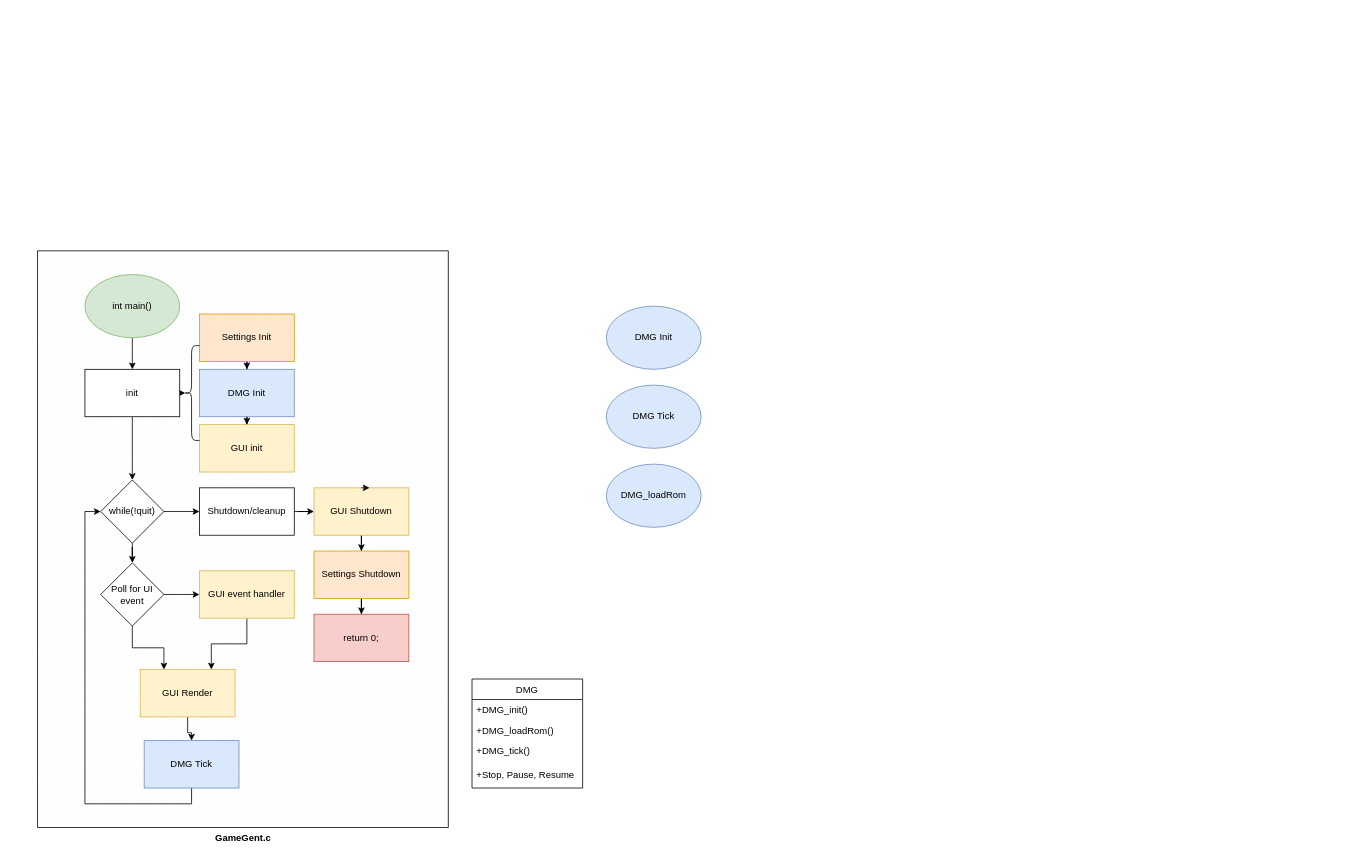
Before: gameGent diagram.drawio in hiddenkrypt/GameGent, a draw.io diagram. Source tidied: cells renumbered, new cells numbered last; positions are measured from the earlier drawing's top-left corner, leaving out a move shared by most shapes. Both pictures are drawn from the tidied source at 79%, with x=0, y=0 at pixel (37, 250).
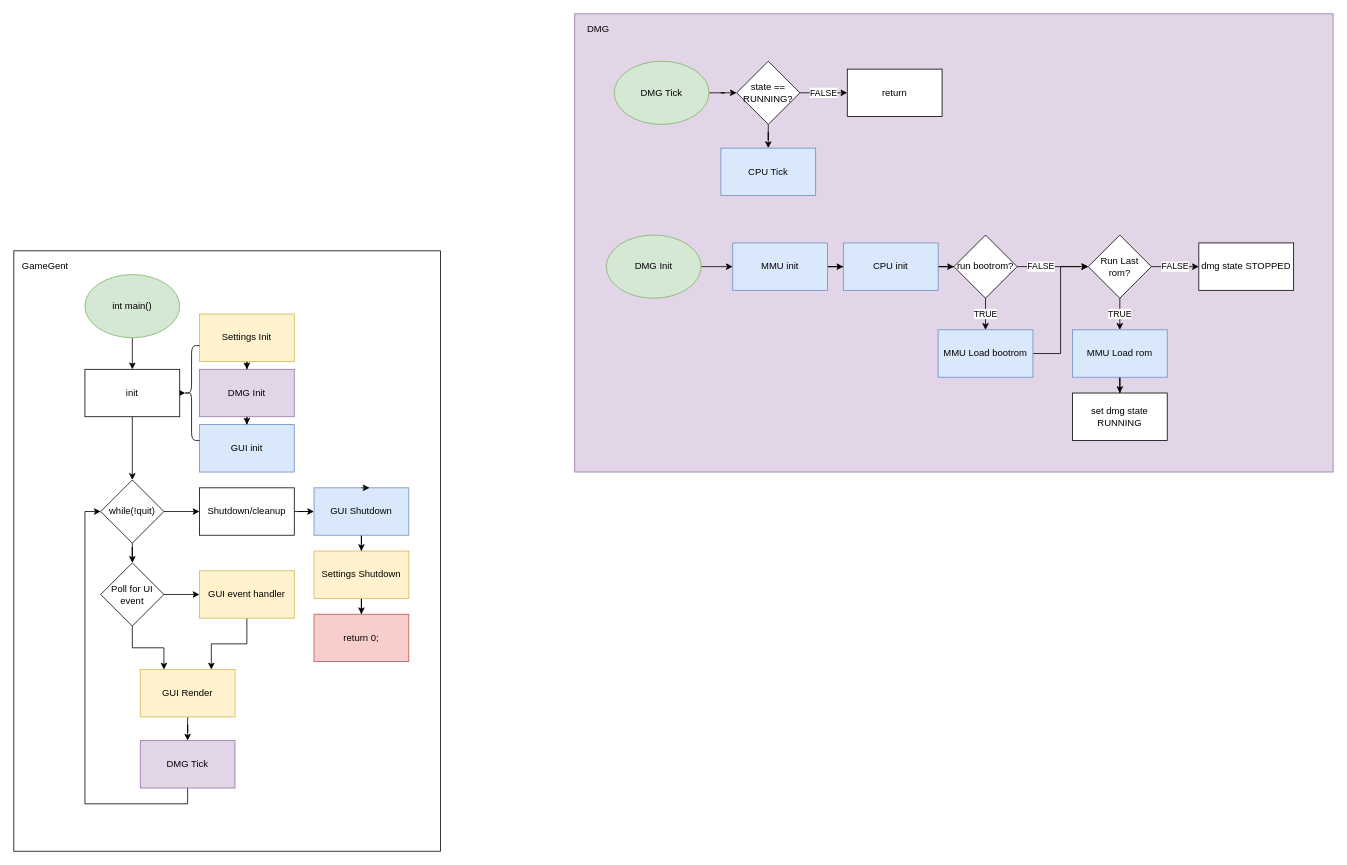
Above is the later version.

Commit message:
Diagram work continues. Fleshed out DMG module, and some cleanup

What changed in the source:
```diff
@@
+    <mxCell id="42" parent="0" />
+    <mxCell id="43" style="rounded=0;whiteSpace=wrap;html=1;" parent="42" vertex="1">
+      <mxGeometry x="-30" width="540" height="760" as="geometry" />
+    </mxCell>
+    <mxCell id="44" style="rounded=0;whiteSpace=wrap;html=1;fillColor=#e1d5e7;strokeColor=#9673a6;align=left;" parent="42" vertex="1">
+      <mxGeometry x="680" y="-300" width="960" height="580" as="geometry" />
+    </mxCell>
+    <mxCell id="36" value="DMG" style="text;html=1;strokeColor=none;fillColor=none;align=center;verticalAlign=middle;whiteSpace=wrap;rounded=0;" parent="42" vertex="1">
+      <mxGeometry x="690" y="-290" width="40" height="20" as="geometry" />
+    </mxCell>
+    <mxCell id="45" value="GameGent" style="text;html=1;strokeColor=none;fillColor=none;align=center;verticalAlign=middle;whiteSpace=wrap;rounded=0;" parent="42" vertex="1">
+      <mxGeometry x="-10" y="10" width="40" height="20" as="geometry" />
+    </mxCell>
@@
-    <mxCell id="2" value="&lt;b&gt;GameGent.c&lt;/b&gt;" style="verticalLabelPosition=bottom;verticalAlign=top;html=1;shape=mxgraph.basic.patternFillRect;fillStyle=diag;step=5;fillStrokeWidth=0.2;fillStrokeColor=#dddddd;" parent="1" vertex="1">
-      <mxGeometry width="520" height="730" as="geometry" />
-    </mxCell>
@@
-    <mxCell id="16" value="DMG Tick" style="rounded=0;whiteSpace=wrap;html=1;fillColor=#dae8fc;strokeColor=#6c8ebf;" parent="1" vertex="1">
-      <mxGeometry x="135" y="620" width="120" height="60" as="geometry" />
+    <mxCell id="16" value="DMG Tick" style="rounded=0;whiteSpace=wrap;html=1;fillColor=#e1d5e7;strokeColor=#9673a6;" parent="1" vertex="1">
+      <mxGeometry x="130" y="620" width="120" height="60" as="geometry" />
     </mxCell>
@@
-    <mxCell id="21" value="Settings Init" style="rounded=0;whiteSpace=wrap;html=1;fillColor=#ffe6cc;strokeColor=#d79b00;" parent="1" vertex="1">
+    <mxCell id="21" value="Settings Init" style="rounded=0;whiteSpace=wrap;html=1;fillColor=#fff2cc;strokeColor=#d6b656;" parent="1" vertex="1">
       <mxGeometry x="205" y="80" width="120" height="60" as="geometry" />
     </mxCell>
@@
-    <mxCell id="23" value="DMG Init" style="rounded=0;whiteSpace=wrap;html=1;fillColor=#dae8fc;strokeColor=#6c8ebf;" parent="1" vertex="1">
+    <mxCell id="23" value="DMG Init" style="rounded=0;whiteSpace=wrap;html=1;fillColor=#e1d5e7;strokeColor=#9673a6;" parent="1" vertex="1">
       <mxGeometry x="205" y="150" width="120" height="60" as="geometry" />
     </mxCell>
-    <mxCell id="24" value="GUI init" style="whiteSpace=wrap;html=1;rounded=0;fillColor=#fff2cc;strokeColor=#d6b656;" parent="1" vertex="1">
+    <mxCell id="24" value="GUI init" style="whiteSpace=wrap;html=1;rounded=0;fillColor=#dae8fc;strokeColor=#6c8ebf;" parent="1" vertex="1">
       <mxGeometry x="205" y="220" width="120" height="60" as="geometry" />
     </mxCell>
@@
-    <mxCell id="28" value="GUI Shutdown" style="whiteSpace=wrap;html=1;fillColor=#fff2cc;strokeColor=#d6b656;" parent="1" vertex="1">
+    <mxCell id="28" value="GUI Shutdown" style="whiteSpace=wrap;html=1;fillColor=#dae8fc;strokeColor=#6c8ebf;" parent="1" vertex="1">
       <mxGeometry x="350" y="300" width="120" height="60" as="geometry" />
     </mxCell>
@@
-    <mxCell id="30" value="Settings Shutdown" style="whiteSpace=wrap;html=1;fillColor=#ffe6cc;strokeColor=#d79b00;" parent="1" vertex="1">
+    <mxCell id="30" value="Settings Shutdown" style="whiteSpace=wrap;html=1;fillColor=#fff2cc;strokeColor=#d6b656;" parent="1" vertex="1">
       <mxGeometry x="350" y="380" width="120" height="60" as="geometry" />
     </mxCell>
@@
+    <mxCell id="46" style="edgeStyle=orthogonalEdgeStyle;rounded=0;jettySize=auto;html=1;" parent="1" edge="1" source="34" target="49">
+      <mxGeometry relative="1" as="geometry" />
+    </mxCell>
-    <mxCell id="34" value="DMG Init" style="ellipse;whiteSpace=wrap;html=1;fillColor=#dae8fc;strokeColor=#6c8ebf;" parent="1" vertex="1">
-      <mxGeometry x="720" y="70" width="120" height="80" as="geometry" />
+    <mxCell id="34" value="DMG Init" style="ellipse;whiteSpace=wrap;html=1;fillColor=#d5e8d4;strokeColor=#82b366;" parent="1" vertex="1">
+      <mxGeometry x="720" y="-20" width="120" height="80" as="geometry" />
     </mxCell>
+    <mxCell id="47" style="edgeStyle=orthogonalEdgeStyle;rounded=0;jettySize=auto;html=1;" parent="1" edge="1" source="35" target="66">
+      <mxGeometry relative="1" as="geometry" />
+    </mxCell>
-    <mxCell id="35" value="DMG Tick" style="ellipse;whiteSpace=wrap;html=1;fillColor=#dae8fc;strokeColor=#6c8ebf;" parent="1" vertex="1">
-      <mxGeometry x="720" y="170" width="120" height="80" as="geometry" />
+    <mxCell id="35" value="DMG Tick" style="ellipse;whiteSpace=wrap;html=1;fillColor=#d5e8d4;strokeColor=#82b366;" parent="1" vertex="1">
+      <mxGeometry x="730" y="-240" width="120" height="80" as="geometry" />
     </mxCell>
-    <mxCell id="36" value="DMG" style="swimlane;fontStyle=0;horizontal=1;startSize=26;fillColor=none;" parent="1" vertex="1">
-      <mxGeometry x="550" y="542" width="140" height="138" as="geometry" />
-    </mxCell>
-    <mxCell id="37" value="+DMG_init()" style="text;strokeColor=none;fillColor=none;align=left;verticalAlign=top;spacingLeft=4;spacingRight=4;overflow=hidden;" parent="36" vertex="1">
-      <mxGeometry y="26" width="140" height="26" as="geometry" />
-    </mxCell>
-    <mxCell id="38" value="+DMG_loadRom()" style="text;strokeColor=none;fillColor=none;align=left;verticalAlign=top;spacingLeft=4;spacingRight=4;overflow=hidden;" parent="36" vertex="1">
-      <mxGeometry y="52" width="140" height="26" as="geometry" />
-    </mxCell>
-    <mxCell id="39" value="+DMG_tick()" style="text;strokeColor=none;fillColor=none;align=left;verticalAlign=top;spacingLeft=4;spacingRight=4;overflow=hidden;" parent="36" vertex="1">
-      <mxGeometry y="78" width="140" height="30" as="geometry" />
-    </mxCell>
-    <mxCell id="40" value="+Stop, Pause, Resume" style="text;strokeColor=none;fillColor=none;align=left;verticalAlign=top;spacingLeft=4;spacingRight=4;overflow=hidden;" parent="36" vertex="1">
-      <mxGeometry y="108" width="140" height="30" as="geometry" />
-    </mxCell>
-    <mxCell id="41" value="DMG_loadRom" style="ellipse;whiteSpace=wrap;html=1;fillColor=#dae8fc;strokeColor=#6c8ebf;" parent="1" vertex="1">
-      <mxGeometry x="720" y="270" width="120" height="80" as="geometry" />
-    </mxCell>
+    <mxCell id="48" style="edgeStyle=orthogonalEdgeStyle;rounded=0;jettySize=auto;html=1;" parent="1" edge="1" source="49" target="51">
+      <mxGeometry relative="1" as="geometry" />
+    </mxCell>
+    <mxCell id="49" value="MMU init" style="whiteSpace=wrap;html=1;fillColor=#dae8fc;strokeColor=#6c8ebf;" parent="1" vertex="1">
+      <mxGeometry x="880" y="-10" width="120" height="60" as="geometry" />
+    </mxCell>
+    <mxCell id="50" style="edgeStyle=orthogonalEdgeStyle;rounded=0;jettySize=auto;html=1;" parent="1" edge="1" source="51" target="54">
+      <mxGeometry relative="1" as="geometry" />
+    </mxCell>
+    <mxCell id="51" value="CPU init" style="whiteSpace=wrap;html=1;fillColor=#dae8fc;strokeColor=#6c8ebf;" parent="1" vertex="1">
+      <mxGeometry x="1020" y="-10" width="120" height="60" as="geometry" />
+    </mxCell>
+    <mxCell id="52" value="FALSE" style="edgeStyle=orthogonalEdgeStyle;rounded=0;jettySize=auto;html=1;" parent="1" edge="1" source="54" target="57">
+      <mxGeometry x="-0.33" relative="1" as="geometry" />
+    </mxCell>
+    <mxCell id="53" value="TRUE" style="edgeStyle=orthogonalEdgeStyle;rounded=0;jettySize=auto;html=1;" parent="1" edge="1" source="54" target="59">
+      <mxGeometry relative="1" as="geometry" />
+    </mxCell>
+    <mxCell id="54" value="run bootrom?" style="rhombus;whiteSpace=wrap;html=1;" parent="1" vertex="1">
+      <mxGeometry x="1160" y="-20" width="80" height="80" as="geometry" />
+    </mxCell>
+    <mxCell id="55" value="TRUE" style="edgeStyle=orthogonalEdgeStyle;rounded=0;jettySize=auto;html=1;" parent="1" edge="1" source="57" target="61">
+      <mxGeometry relative="1" as="geometry" />
+    </mxCell>
+    <mxCell id="56" value="FALSE" style="edgeStyle=orthogonalEdgeStyle;rounded=0;jettySize=auto;html=1;" parent="1" edge="1" source="57" target="62">
+      <mxGeometry relative="1" as="geometry" />
+    </mxCell>
+    <mxCell id="57" value="Run Last rom?" style="rhombus;whiteSpace=wrap;html=1;" parent="1" vertex="1">
+      <mxGeometry x="1330" y="-20" width="80" height="80" as="geometry" />
+    </mxCell>
+    <mxCell id="58" style="edgeStyle=orthogonalEdgeStyle;rounded=0;jettySize=auto;html=1;exitX=1;exitY=0.5;exitDx=0;exitDy=0;entryX=0;entryY=0.5;entryDx=0;entryDy=0;" parent="1" edge="1" source="59" target="57">
+      <mxGeometry relative="1" as="geometry" />
+    </mxCell>
+    <mxCell id="59" value="MMU Load bootrom" style="whiteSpace=wrap;html=1;fillColor=#dae8fc;strokeColor=#6c8ebf;" parent="1" vertex="1">
+      <mxGeometry x="1140" y="100" width="120" height="60" as="geometry" />
+    </mxCell>
+    <mxCell id="60" style="edgeStyle=orthogonalEdgeStyle;rounded=0;jettySize=auto;html=1;" parent="1" edge="1" source="61" target="63">
+      <mxGeometry relative="1" as="geometry" />
+    </mxCell>
+    <mxCell id="61" value="MMU Load rom" style="whiteSpace=wrap;html=1;fillColor=#dae8fc;strokeColor=#6c8ebf;" parent="1" vertex="1">
+      <mxGeometry x="1310" y="100" width="120" height="60" as="geometry" />
+    </mxCell>
+    <mxCell id="62" value="dmg state STOPPED" style="whiteSpace=wrap;html=1;" parent="1" vertex="1">
+      <mxGeometry x="1470" y="-10" width="120" height="60" as="geometry" />
+    </mxCell>
+    <mxCell id="63" value="set dmg state RUNNING" style="whiteSpace=wrap;html=1;" parent="1" vertex="1">
+      <mxGeometry x="1310" y="180" width="120" height="60" as="geometry" />
+    </mxCell>
+    <mxCell id="64" value="FALSE" style="edgeStyle=orthogonalEdgeStyle;rounded=0;jettySize=auto;html=1;" parent="1" edge="1" source="66" target="67">
+      <mxGeometry relative="1" as="geometry" />
+    </mxCell>
+    <mxCell id="65" style="edgeStyle=orthogonalEdgeStyle;rounded=0;jettySize=auto;html=1;" parent="1" edge="1" source="66" target="68">
+      <mxGeometry relative="1" as="geometry" />
+    </mxCell>
+    <mxCell id="66" value="state == RUNNING?" style="rhombus;whiteSpace=wrap;html=1;" parent="1" vertex="1">
+      <mxGeometry x="885" y="-240" width="80" height="80" as="geometry" />
+    </mxCell>
+    <mxCell id="67" value="return" style="whiteSpace=wrap;html=1;" parent="1" vertex="1">
+      <mxGeometry x="1025" y="-230" width="120" height="60" as="geometry" />
+    </mxCell>
+    <mxCell id="68" value="CPU Tick" style="whiteSpace=wrap;html=1;fillColor=#dae8fc;strokeColor=#6c8ebf;" parent="1" vertex="1">
+      <mxGeometry x="865" y="-130" width="120" height="60" as="geometry" />
+    </mxCell>
```
